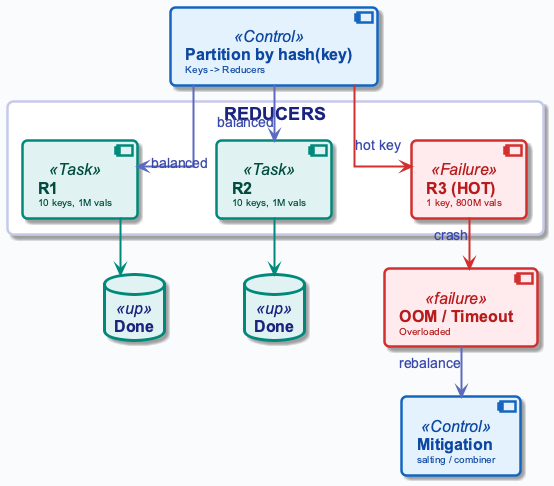
Above: diagrams/week03/week3_lecture_slide38_failure_skew.png in OrPerets/data-engineering-course (PlantUML), before the change.
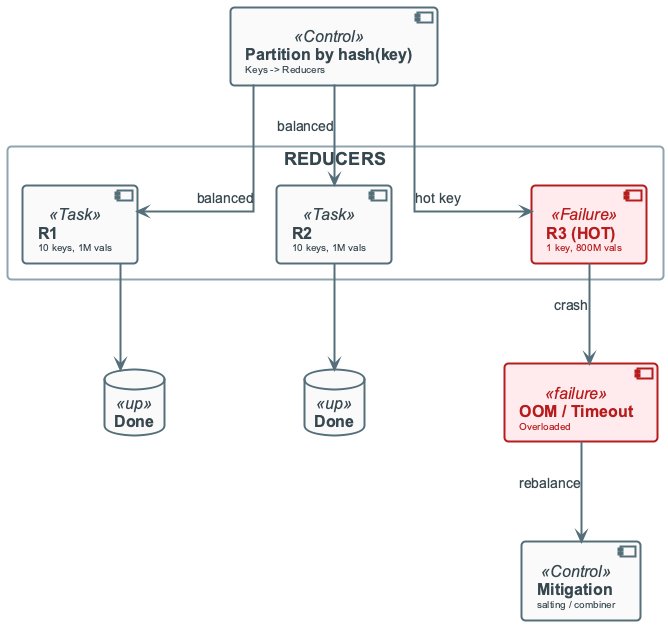
The same file after the commit.

Diff of the diagram source:
```diff
@@ -20,13 +20,13 @@
 
 component "**Mitigation**\n<size:10>salting / combiner</size>" as FIX <<Control>>
 
-PART -down[#5C6BC0,thickness=2]-> R1 : <color:#3949AB>balanced</color>
-PART -down[#5C6BC0,thickness=2]-> R2 : <color:#3949AB>balanced</color>
-PART -down[#D32F2F,thickness=2]-> R3 : <color:#3949AB>hot key</color>
+PART -down-> R1 : balanced
+PART -down-> R2 : balanced
+PART -down-> R3 : hot key
 
-R1 -down[#00897B,thickness=2]-> D1
-R2 -down[#00897B,thickness=2]-> D2
-R3 -down[#D32F2F,thickness=2]-> FAIL : <color:#3949AB>crash</color>
-FAIL -down[#5C6BC0,thickness=2]-> FIX : <color:#3949AB>rebalance</color>
+R1 -down-> D1
+R2 -down-> D2
+R3 -down-> FAIL : crash
+FAIL -down-> FIX : rebalance
 
 @enduml
```
